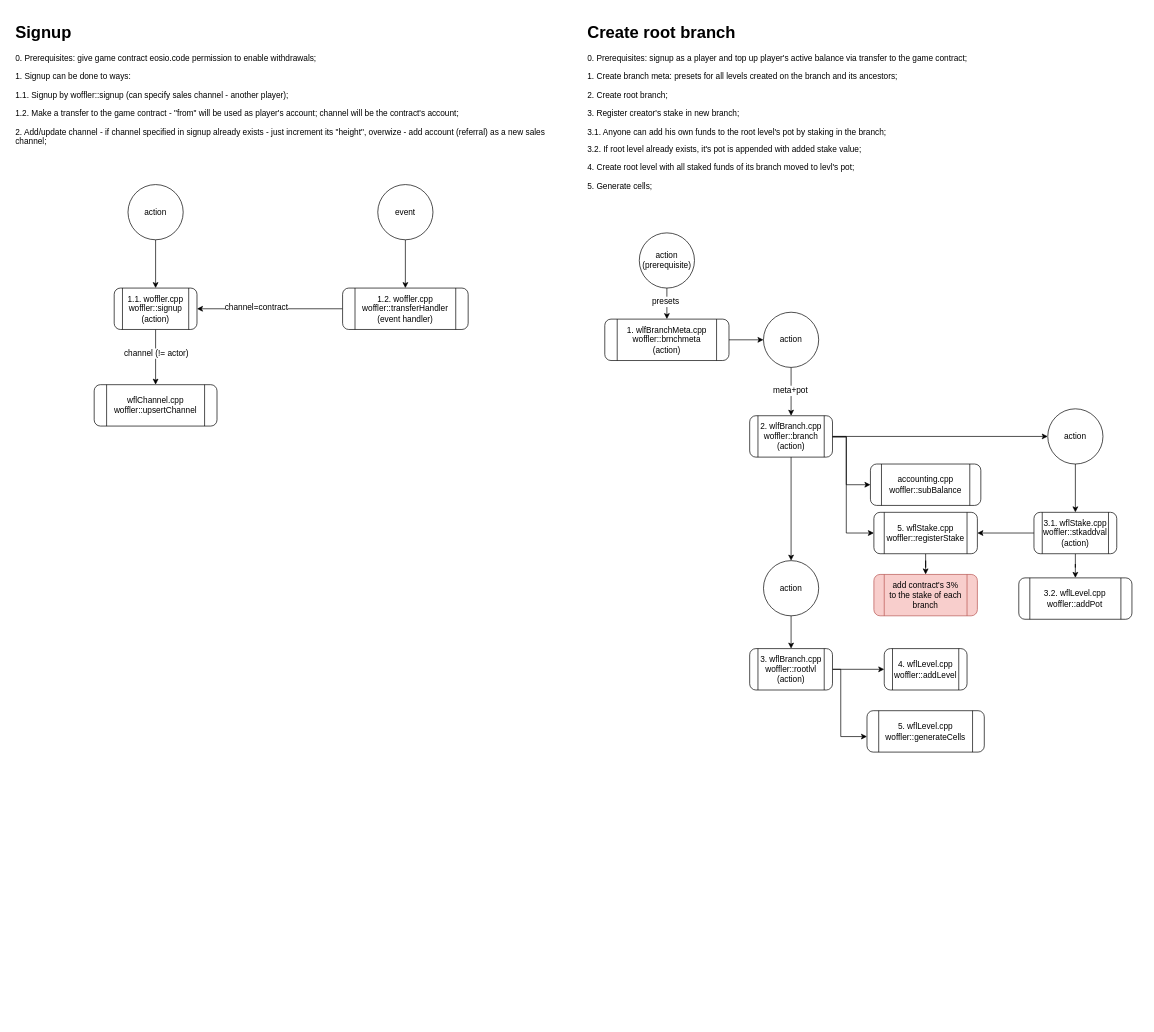
Earlier version of the draw.io diagram page "workflows" (14 of 14) of ia/WOFFLER IA.drawio (cptn-solo/woffler_contract). Source tidied: cells renumbered, new cells numbered last; positions are measured from the earlier drawing's top-left corner, leaving out a move shared by most shapes. Both pictures are drawn from the tidied source at 69%, with x=0, y=0 at pixel (12, 19).
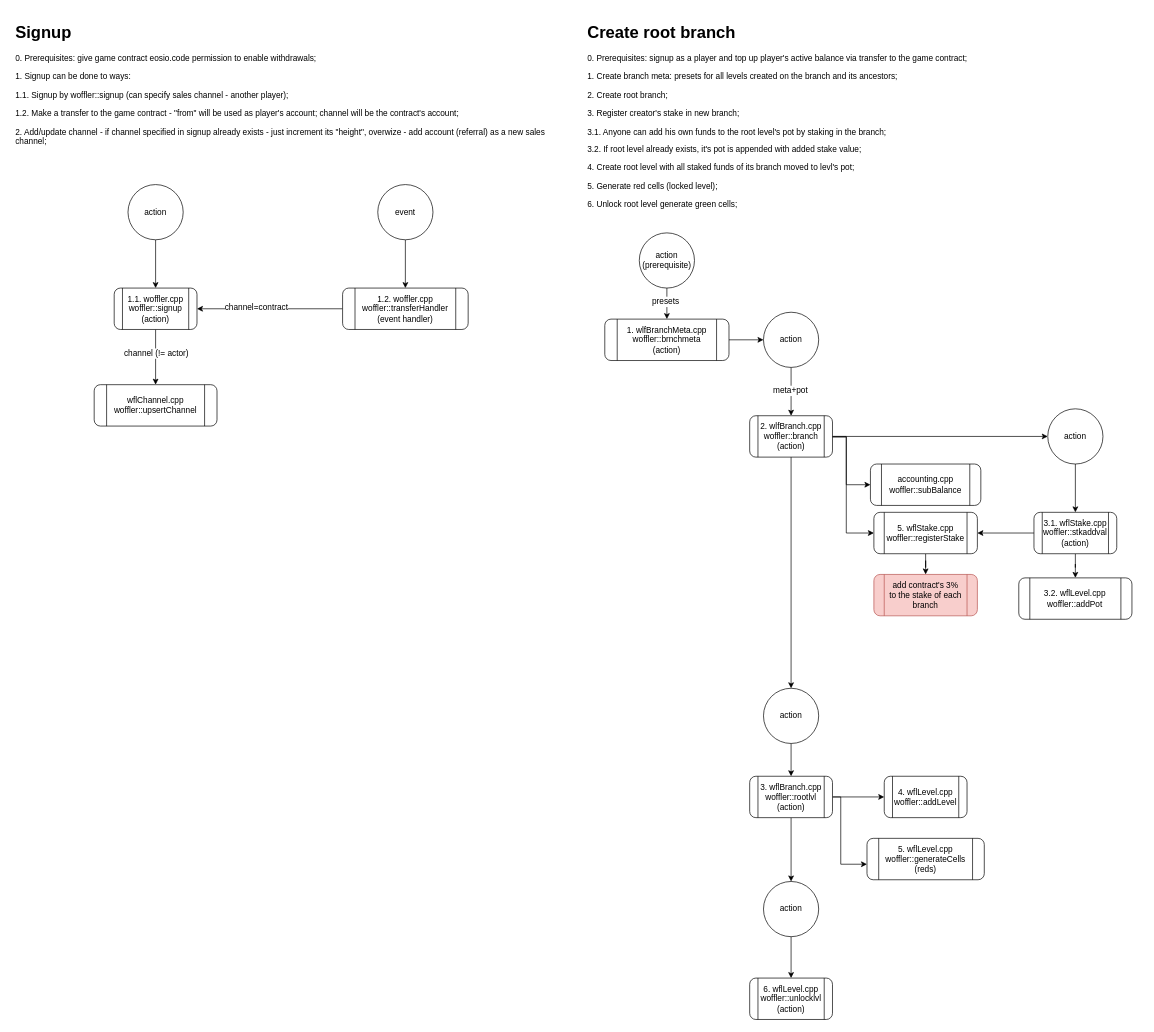
After the change.

Commit message (it also covers changes not shown here):
#9 Branch switching: player validated and initialised in root level of root branch (if exists and is unlocked already);

Change to the diagram source:
```diff
@@
-    <mxCell id="2" value="&lt;h1&gt;Create root branch&lt;/h1&gt;&lt;p&gt;0. Prerequisites: signup as a player and top up player's active balance via transfer to the game contract;&lt;/p&gt;&lt;p&gt;1. Create branch meta: presets for all levels created on the branch and its ancestors;&lt;/p&gt;&lt;p&gt;2. Create root branch;&lt;/p&gt;&lt;p&gt;3. Register creator's stake in new branch;&lt;br&gt;&lt;/p&gt;&lt;p&gt;3.1. Anyone can add his own funds to the root level's pot by staking in the branch;&lt;/p&gt;&lt;p&gt;3.2. If root level already exists, it's pot is appended with added stake value;&lt;/p&gt;&lt;p&gt;4. Create root level with all staked funds of its branch moved to levl's pot;&lt;/p&gt;&lt;p&gt;5. Generate cells;&lt;/p&gt;&lt;p&gt;&lt;br&gt;&lt;/p&gt;" style="text;html=1;strokeColor=none;fillColor=none;spacing=5;spacingTop=-20;whiteSpace=wrap;overflow=hidden;rounded=0;" parent="1" vertex="1">
-      <mxGeometry x="829" width="810" height="270" as="geometry" />
+    <mxCell id="2" value="&lt;h1&gt;Create root branch&lt;/h1&gt;&lt;p&gt;0. Prerequisites: signup as a player and top up player's active balance via transfer to the game contract;&lt;/p&gt;&lt;p&gt;1. Create branch meta: presets for all levels created on the branch and its ancestors;&lt;/p&gt;&lt;p&gt;2. Create root branch;&lt;/p&gt;&lt;p&gt;3. Register creator's stake in new branch;&lt;br&gt;&lt;/p&gt;&lt;p&gt;3.1. Anyone can add his own funds to the root level's pot by staking in the branch;&lt;/p&gt;&lt;p&gt;3.2. If root level already exists, it's pot is appended with added stake value;&lt;/p&gt;&lt;p&gt;4. Create root level with all staked funds of its branch moved to levl's pot;&lt;/p&gt;&lt;p&gt;5. Generate red cells (locked level);&lt;/p&gt;&lt;p&gt;6. Unlock root level generate green cells;&lt;/p&gt;&lt;p&gt;&lt;br&gt;&lt;/p&gt;" style="text;html=1;strokeColor=none;fillColor=none;spacing=5;spacingTop=-20;whiteSpace=wrap;overflow=hidden;rounded=0;" parent="1" vertex="1">
+      <mxGeometry x="829" width="810" height="290" as="geometry" />
     </mxCell>
@@
     <mxCell id="14" style="edgeStyle=orthogonalEdgeStyle;rounded=0;jettySize=auto;html=1;" parent="1" edge="1" source="16" target="18">
       <mxGeometry relative="1" as="geometry">
         <Array as="points">
-          <mxPoint x="1201" y="942" />
-          <mxPoint x="1201" y="1040" />
+          <mxPoint x="1201" y="1127" />
+          <mxPoint x="1201" y="1225" />
         </Array>
       </mxGeometry>
     </mxCell>
     <mxCell id="15" style="edgeStyle=orthogonalEdgeStyle;rounded=0;jumpStyle=arc;jettySize=auto;html=1;" parent="1" edge="1" source="16" target="17">
       <mxGeometry relative="1" as="geometry">
         <Array as="points">
-          <mxPoint x="1169" y="943" />
-          <mxPoint x="1169" y="943" />
+          <mxPoint x="1169" y="1128" />
+          <mxPoint x="1169" y="1128" />
         </Array>
       </mxGeometry>
     </mxCell>
+    <mxCell id="45" style="edgeStyle=orthogonalEdgeStyle;rounded=0;jumpStyle=arc;jettySize=auto;html=1;align=center;" parent="1" edge="1" source="16" target="47">
+      <mxGeometry relative="1" as="geometry" />
+    </mxCell>
     <mxCell id="16" value="3. wflBranch.cpp&lt;br&gt;&lt;div&gt;&lt;div&gt;&lt;span&gt;woffler::&lt;/span&gt;&lt;span&gt;rootlvl&lt;/span&gt;&lt;/div&gt;&lt;/div&gt;&lt;div&gt;&lt;span&gt;(action)&lt;/span&gt;&lt;/div&gt;" style="shape=process;whiteSpace=wrap;html=1;backgroundOutline=1;rounded=1;" parent="1" vertex="1">
-      <mxGeometry x="1069" y="912.5" width="120" height="60" as="geometry" />
+      <mxGeometry x="1069" y="1097.5" width="120" height="60" as="geometry" />
     </mxCell>
     <mxCell id="17" value="4. wflLevel.cpp&lt;br&gt;&lt;div&gt;&lt;div&gt;&lt;span&gt;woffler::addLevel&lt;/span&gt;&lt;/div&gt;&lt;/div&gt;" style="shape=process;whiteSpace=wrap;html=1;backgroundOutline=1;rounded=1;" parent="1" vertex="1">
-      <mxGeometry x="1264" y="912.5" width="120" height="60" as="geometry" />
+      <mxGeometry x="1264" y="1097.5" width="120" height="60" as="geometry" />
     </mxCell>
-    <mxCell id="18" value="5. wflLevel.cpp&lt;br&gt;&lt;div&gt;&lt;div&gt;&lt;span&gt;woffler::generateCells&lt;/span&gt;&lt;/div&gt;&lt;/div&gt;" style="shape=process;whiteSpace=wrap;html=1;backgroundOutline=1;rounded=1;" parent="1" vertex="1">
-      <mxGeometry x="1239" y="1002.5" width="170" height="60" as="geometry" />
+    <mxCell id="18" value="5. wflLevel.cpp&lt;br&gt;&lt;div&gt;&lt;div&gt;&lt;span&gt;woffler::generateCells&lt;/span&gt;&lt;/div&gt;&lt;/div&gt;&lt;div&gt;&lt;span&gt;(reds)&lt;/span&gt;&lt;/div&gt;" style="shape=process;whiteSpace=wrap;html=1;backgroundOutline=1;rounded=1;" parent="1" vertex="1">
+      <mxGeometry x="1239" y="1187.5" width="170" height="60" as="geometry" />
     </mxCell>
@@
     <mxCell id="37" value="action&lt;br&gt;" style="ellipse;whiteSpace=wrap;html=1;rounded=1;" parent="1" vertex="1">
-      <mxGeometry x="1089" y="785" width="80" height="80" as="geometry" />
+      <mxGeometry x="1089" y="970" width="80" height="80" as="geometry" />
     </mxCell>
@@
+    <mxCell id="46" style="edgeStyle=orthogonalEdgeStyle;rounded=0;jumpStyle=arc;jettySize=auto;html=1;align=center;" parent="1" edge="1" source="47" target="48">
+      <mxGeometry relative="1" as="geometry" />
+    </mxCell>
+    <mxCell id="47" value="action&lt;br&gt;" style="ellipse;whiteSpace=wrap;html=1;rounded=1;" parent="1" vertex="1">
+      <mxGeometry x="1089" y="1250" width="80" height="80" as="geometry" />
+    </mxCell>
+    <mxCell id="48" value="6. wflLevel.cpp&lt;br&gt;&lt;div&gt;&lt;div&gt;&lt;span&gt;woffler::&lt;/span&gt;&lt;span&gt;unlocklvl&lt;/span&gt;&lt;/div&gt;&lt;/div&gt;&lt;div&gt;&lt;span&gt;(action)&lt;/span&gt;&lt;/div&gt;" style="shape=process;whiteSpace=wrap;html=1;backgroundOutline=1;rounded=1;" parent="1" vertex="1">
+      <mxGeometry x="1069" y="1390" width="120" height="60" as="geometry" />
+    </mxCell>
```
